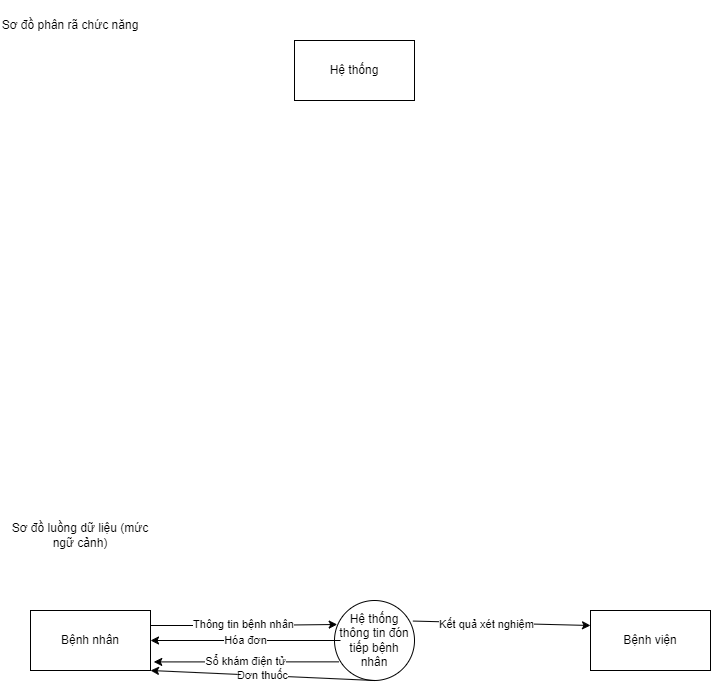
Before: DFD4.png, a diagram exported from draw.io (InfiniteByte1811/branch1). Source tidied: cells renumbered, new cells last; positions are measured from the earlier drawing's top-left corner, leaving out a move shared by most shapes.
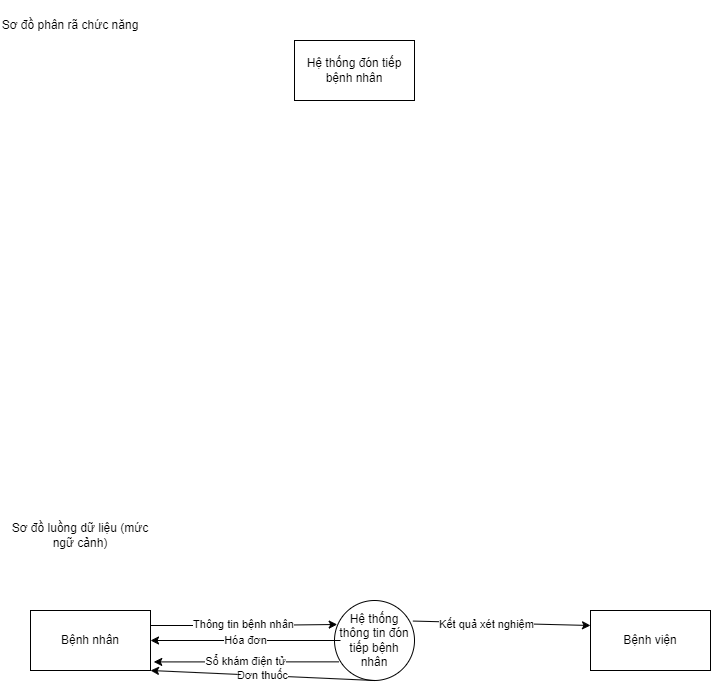
After the change.

Commit message:
Cập nhật DFD4.png

Diff of the diagram source:
```diff
@@ -37,7 +37,7 @@
     <mxCell id="12" value="Đơn thuốc" style="endArrow=classic;html=1;rounded=0;entryX=1;entryY=1;entryDx=0;entryDy=0;exitX=0.5;exitY=1;exitDx=0;exitDy=0;" parent="1" edge="1" source="7" target="5">
       <mxGeometry relative="1" as="geometry" />
     </mxCell>
-    <mxCell id="13" value="Hệ thống" style="rounded=0;whiteSpace=wrap;html=1;" parent="1" vertex="1">
+    <mxCell id="13" value="Hệ thống đón tiếp bệnh nhân" style="rounded=0;whiteSpace=wrap;html=1;" parent="1" vertex="1">
       <mxGeometry x="294" y="40" width="120" height="60" as="geometry" />
     </mxCell>
   </root>
```
